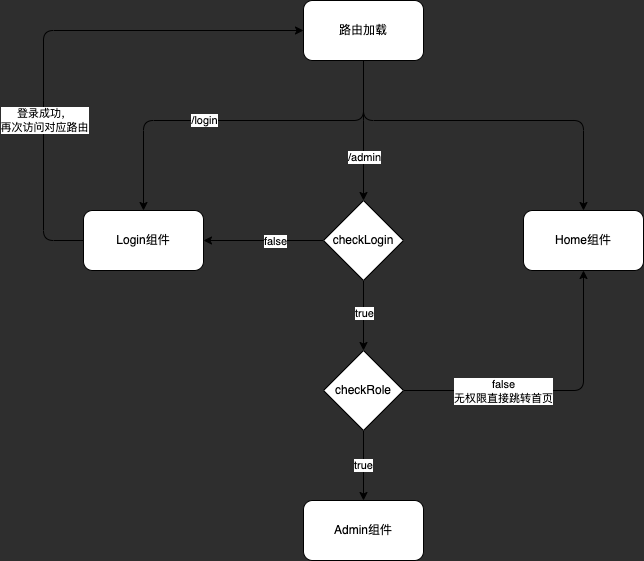
The draw.io diagram middleware.png in justbecoder/react-router-middleware-plus, before a commit. Source tidied: cells renumbered, new cells last; positions are measured from the earlier drawing's top-left corner, leaving out a move shared by most shapes. Source of this version:
```xml
<mxGraphModel background="#2E2E2E">
  <root>
    <mxCell id="0" />
    <mxCell id="1" parent="0" />
    <mxCell id="2" style="edgeStyle=none;html=1;exitX=0.5;exitY=1;exitDx=0;exitDy=0;entryX=0.5;entryY=0;entryDx=0;entryDy=0;" parent="1" edge="1" source="5" target="15">
      <mxGeometry relative="1" as="geometry">
        <Array as="points">
          <mxPoint x="320" y="110" />
        </Array>
      </mxGeometry>
    </mxCell>
    <mxCell id="3" value="/admin" style="edgeLabel;html=1;align=center;verticalAlign=middle;" parent="2" vertex="1">
      <mxGeometry x="0.37" relative="1" as="geometry" />
    </mxCell>
    <mxCell id="4" style="edgeStyle=none;html=1;exitX=0.5;exitY=1;exitDx=0;exitDy=0;" parent="1" edge="1" source="5" target="21">
      <mxGeometry relative="1" as="geometry">
        <Array as="points">
          <mxPoint x="320" y="120" />
          <mxPoint x="540" y="120" />
        </Array>
      </mxGeometry>
    </mxCell>
    <mxCell id="5" value="路由加载" style="rounded=1;whiteSpace=wrap;html=1;" parent="1" vertex="1">
      <mxGeometry x="260" width="120" height="60" as="geometry" />
    </mxCell>
    <mxCell id="6" style="edgeStyle=none;html=1;entryX=0;entryY=0.5;entryDx=0;entryDy=0;exitX=0;exitY=0.5;exitDx=0;exitDy=0;" parent="1" edge="1" source="8" target="5">
      <mxGeometry relative="1" as="geometry">
        <Array as="points">
          <mxPoint y="240" />
          <mxPoint y="110" />
          <mxPoint y="30" />
        </Array>
      </mxGeometry>
    </mxCell>
    <mxCell id="7" value="登录成功，&lt;br&gt;再次访问对应路由" style="edgeLabel;html=1;align=center;verticalAlign=middle;" parent="6" vertex="1">
      <mxGeometry x="-0.37" relative="1" as="geometry" />
    </mxCell>
    <mxCell id="8" value="Login组件" style="whiteSpace=wrap;html=1;rounded=1;" parent="1" vertex="1">
      <mxGeometry x="40" y="210" width="120" height="60" as="geometry" />
    </mxCell>
    <mxCell id="9" style="edgeStyle=none;html=1;exitX=0.5;exitY=1;exitDx=0;exitDy=0;entryX=0.5;entryY=0;entryDx=0;entryDy=0;" parent="1" edge="1" source="5" target="8">
      <mxGeometry relative="1" as="geometry">
        <Array as="points">
          <mxPoint x="320" y="120" />
          <mxPoint x="100" y="120" />
        </Array>
      </mxGeometry>
    </mxCell>
    <mxCell id="10" value="/login" style="edgeLabel;html=1;align=center;verticalAlign=middle;" parent="9" vertex="1">
      <mxGeometry x="0.17" y="2" relative="1" as="geometry">
        <mxPoint x="-3" y="-3" as="offset" />
      </mxGeometry>
    </mxCell>
    <mxCell id="11" style="edgeStyle=none;html=1;" parent="1" edge="1" source="15" target="19">
      <mxGeometry relative="1" as="geometry" />
    </mxCell>
    <mxCell id="12" value="true" style="edgeLabel;html=1;align=center;verticalAlign=middle;" parent="11" vertex="1">
      <mxGeometry x="-0.08" relative="1" as="geometry" />
    </mxCell>
    <mxCell id="13" style="edgeStyle=none;html=1;exitX=0;exitY=0.5;exitDx=0;exitDy=0;entryX=1;entryY=0.5;entryDx=0;entryDy=0;" parent="1" edge="1" source="15" target="8">
      <mxGeometry relative="1" as="geometry" />
    </mxCell>
    <mxCell id="14" value="false" style="edgeLabel;html=1;align=center;verticalAlign=middle;" parent="13" vertex="1">
      <mxGeometry x="-0.18" y="1" relative="1" as="geometry">
        <mxPoint y="-1" as="offset" />
      </mxGeometry>
    </mxCell>
    <mxCell id="15" value="checkLogin" style="rhombus;whiteSpace=wrap;html=1;" parent="1" vertex="1">
      <mxGeometry x="280" y="200" width="80" height="80" as="geometry" />
    </mxCell>
    <mxCell id="16" value="true" style="edgeStyle=none;html=1;entryX=0.5;entryY=0;entryDx=0;entryDy=0;" parent="1" edge="1" source="19" target="20">
      <mxGeometry relative="1" as="geometry" />
    </mxCell>
    <mxCell id="17" style="edgeStyle=none;html=1;exitX=1;exitY=0.5;exitDx=0;exitDy=0;entryX=0.5;entryY=1;entryDx=0;entryDy=0;" parent="1" edge="1" source="19" target="21">
      <mxGeometry relative="1" as="geometry">
        <Array as="points">
          <mxPoint x="540" y="390" />
        </Array>
      </mxGeometry>
    </mxCell>
    <mxCell id="18" value="false&lt;br&gt;无权限直接跳转首页" style="edgeLabel;html=1;align=center;verticalAlign=middle;" parent="17" vertex="1">
      <mxGeometry x="-0.34" relative="1" as="geometry" />
    </mxCell>
    <mxCell id="19" value="checkRole" style="rhombus;whiteSpace=wrap;html=1;" parent="1" vertex="1">
      <mxGeometry x="280" y="350" width="80" height="80" as="geometry" />
    </mxCell>
    <mxCell id="20" value="Admin组件" style="rounded=1;whiteSpace=wrap;html=1;" parent="1" vertex="1">
      <mxGeometry x="260" y="500" width="120" height="60" as="geometry" />
    </mxCell>
    <mxCell id="21" value="Home组件" style="rounded=1;whiteSpace=wrap;html=1;" parent="1" vertex="1">
      <mxGeometry x="480" y="210" width="120" height="60" as="geometry" />
    </mxCell>
  </root>
</mxGraphModel>
```
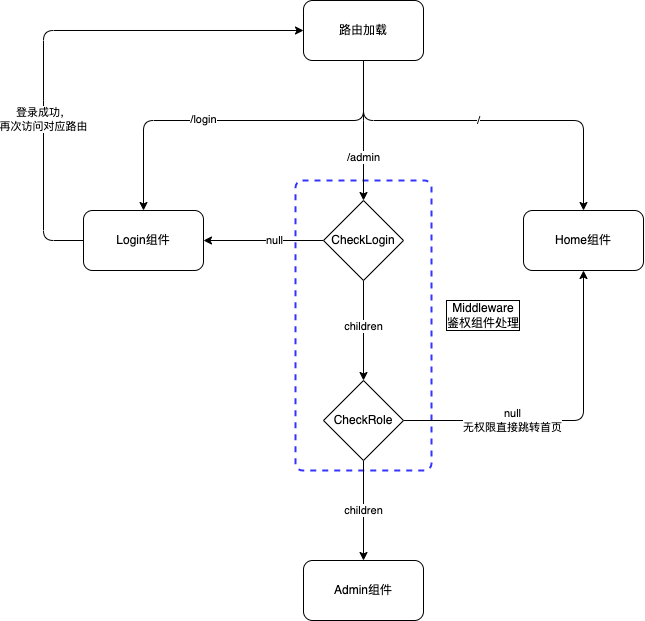
After the change.

Diff of the diagram source:
```diff
@@ -1,7 +1,10 @@
-<mxGraphModel background="#2E2E2E">
+<mxGraphModel>
   <root>
     <mxCell id="0" />
     <mxCell id="1" parent="0" />
+    <mxCell id="22" style="rounded=1;whiteSpace=wrap;html=1;absoluteArcSize=1;arcSize=14;strokeWidth=2;labelBorderColor=default;horizontal=1;fillColor=none;dashed=1;strokeColor=#3333FF;" parent="1" vertex="1">
+      <mxGeometry x="252" y="180" width="136" height="290" as="geometry" />
+    </mxCell>
     <mxCell id="2" style="edgeStyle=none;html=1;exitX=0.5;exitY=1;exitDx=0;exitDy=0;entryX=0.5;entryY=0;entryDx=0;entryDy=0;" parent="1" edge="1" source="5" target="15">
       <mxGeometry relative="1" as="geometry">
         <Array as="points">
@@ -20,6 +23,9 @@
         </Array>
       </mxGeometry>
     </mxCell>
+    <mxCell id="23" value="/" style="edgeLabel;html=1;align=center;verticalAlign=middle;" parent="4" vertex="1">
+      <mxGeometry x="-0.06" relative="1" as="geometry" />
+    </mxCell>
     <mxCell id="5" value="路由加载" style="rounded=1;whiteSpace=wrap;html=1;" parent="1" vertex="1">
       <mxGeometry x="260" width="120" height="60" as="geometry" />
     </mxCell>
@@ -54,41 +60,44 @@
     <mxCell id="11" style="edgeStyle=none;html=1;" parent="1" edge="1" source="15" target="19">
       <mxGeometry relative="1" as="geometry" />
     </mxCell>
-    <mxCell id="12" value="true" style="edgeLabel;html=1;align=center;verticalAlign=middle;" parent="11" vertex="1">
+    <mxCell id="12" value="children" style="edgeLabel;html=1;align=center;verticalAlign=middle;" parent="11" vertex="1">
       <mxGeometry x="-0.08" relative="1" as="geometry" />
     </mxCell>
     <mxCell id="13" style="edgeStyle=none;html=1;exitX=0;exitY=0.5;exitDx=0;exitDy=0;entryX=1;entryY=0.5;entryDx=0;entryDy=0;" parent="1" edge="1" source="15" target="8">
       <mxGeometry relative="1" as="geometry" />
     </mxCell>
-    <mxCell id="14" value="false" style="edgeLabel;html=1;align=center;verticalAlign=middle;" parent="13" vertex="1">
+    <mxCell id="14" value="null" style="edgeLabel;html=1;align=center;verticalAlign=middle;" parent="13" vertex="1">
       <mxGeometry x="-0.18" y="1" relative="1" as="geometry">
         <mxPoint y="-1" as="offset" />
       </mxGeometry>
     </mxCell>
-    <mxCell id="15" value="checkLogin" style="rhombus;whiteSpace=wrap;html=1;" parent="1" vertex="1">
+    <mxCell id="15" value="CheckLogin" style="rhombus;whiteSpace=wrap;html=1;" parent="1" vertex="1">
       <mxGeometry x="280" y="200" width="80" height="80" as="geometry" />
     </mxCell>
-    <mxCell id="16" value="true" style="edgeStyle=none;html=1;entryX=0.5;entryY=0;entryDx=0;entryDy=0;" parent="1" edge="1" source="19" target="20">
+    <mxCell id="16" value="children" style="edgeStyle=none;html=1;entryX=0.5;entryY=0;entryDx=0;entryDy=0;" parent="1" edge="1" source="19" target="20">
       <mxGeometry relative="1" as="geometry" />
     </mxCell>
     <mxCell id="17" style="edgeStyle=none;html=1;exitX=1;exitY=0.5;exitDx=0;exitDy=0;entryX=0.5;entryY=1;entryDx=0;entryDy=0;" parent="1" edge="1" source="19" target="21">
       <mxGeometry relative="1" as="geometry">
         <Array as="points">
-          <mxPoint x="540" y="390" />
+          <mxPoint x="540" y="420" />
         </Array>
       </mxGeometry>
     </mxCell>
-    <mxCell id="18" value="false&lt;br&gt;无权限直接跳转首页" style="edgeLabel;html=1;align=center;verticalAlign=middle;" parent="17" vertex="1">
+    <mxCell id="18" value="null&lt;br&gt;无权限直接跳转首页" style="edgeLabel;html=1;align=center;verticalAlign=middle;" parent="17" vertex="1">
       <mxGeometry x="-0.34" relative="1" as="geometry" />
     </mxCell>
-    <mxCell id="19" value="checkRole" style="rhombus;whiteSpace=wrap;html=1;" parent="1" vertex="1">
-      <mxGeometry x="280" y="350" width="80" height="80" as="geometry" />
+    <mxCell id="19" value="CheckRole" style="rhombus;whiteSpace=wrap;html=1;" parent="1" vertex="1">
+      <mxGeometry x="280" y="380" width="80" height="80" as="geometry" />
     </mxCell>
     <mxCell id="20" value="Admin组件" style="rounded=1;whiteSpace=wrap;html=1;" parent="1" vertex="1">
-      <mxGeometry x="260" y="500" width="120" height="60" as="geometry" />
+      <mxGeometry x="260" y="560" width="120" height="60" as="geometry" />
     </mxCell>
     <mxCell id="21" value="Home组件" style="rounded=1;whiteSpace=wrap;html=1;" parent="1" vertex="1">
       <mxGeometry x="480" y="210" width="120" height="60" as="geometry" />
     </mxCell>
+    <mxCell id="24" value="Middleware&lt;br&gt;鉴权组件处理" style="text;html=1;strokeColor=none;fillColor=none;align=center;verticalAlign=middle;whiteSpace=wrap;rounded=0;dashed=1;labelBorderColor=default;" parent="1" vertex="1">
+      <mxGeometry x="400" y="300" width="80" height="30" as="geometry" />
+    </mxCell>
   </root>
 </mxGraphModel>
```
